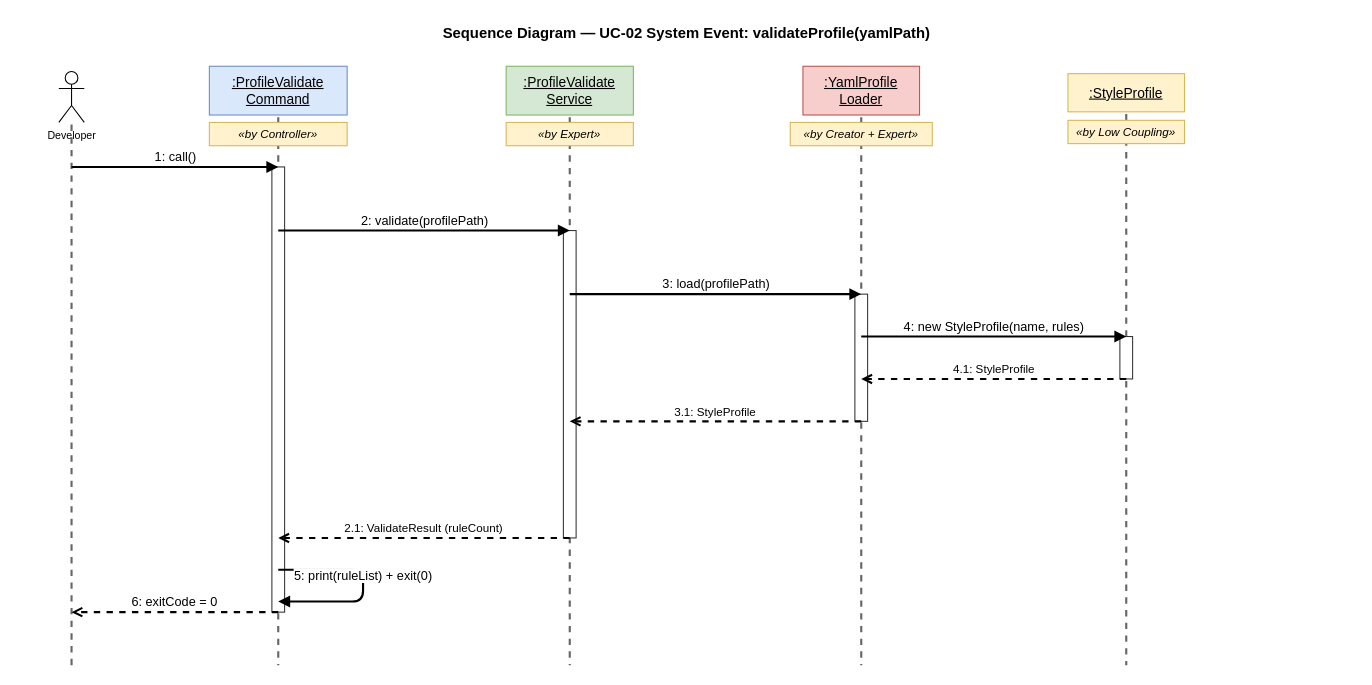
chun-wei0413/arch-checker keeps this draw.io diagram as hw/hw7/diagrams/uc02_sd_validate.drawio. Above is the earlier version. Source tidied: cells renumbered, new cells numbered last; positions are measured from the earlier drawing's top-left corner, leaving out a move shared by most shapes. Both pictures are drawn from the tidied source at 106%, with x=0, y=0 at pixel (18, 18).
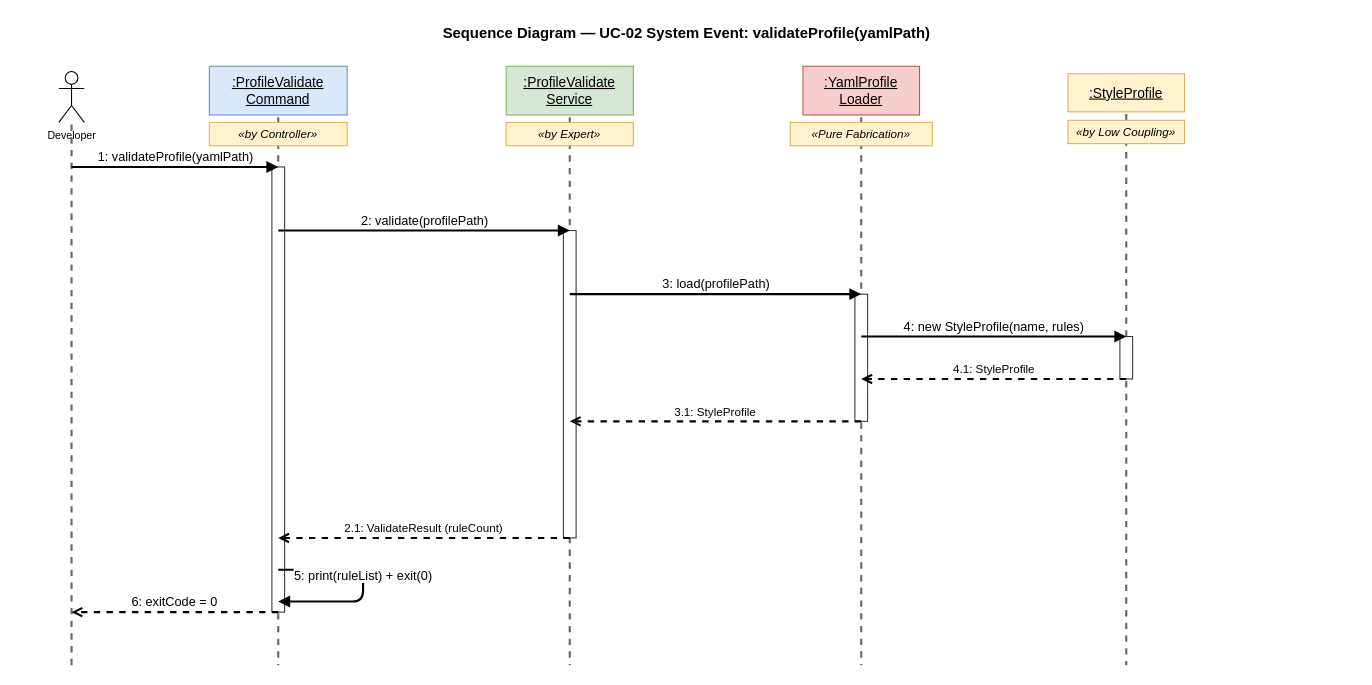
The same page after the edit.

Commit message (it also covers changes not shown here):
[Documentation] Fix UC-02 SD diagrams and GRASP tables in hw7

Change to the diagram source:
```diff
@@
-    <mxCell id="15" value="«by Creator + Expert»" style="rounded=0;whiteSpace=wrap;html=1;fillColor=#fff2cc;strokeColor=#d6b656;fontSize=11;align=center;verticalAlign=middle;fontStyle=2;" parent="1" vertex="1">
+    <mxCell id="15" value="«Pure Fabrication»" style="rounded=0;whiteSpace=wrap;html=1;fillColor=#fff2cc;strokeColor=#d6b656;fontSize=11;align=center;verticalAlign=middle;fontStyle=2;" parent="1" vertex="1">
       <mxGeometry x="728" y="98" width="134" height="22" as="geometry" />
     </mxCell>
@@
-    <mxCell id="21" value="1: call()" style="endArrow=block;html=1;fontSize=12;strokeWidth=2;labelBackgroundColor=#ffffff;endFill=1;verticalLabelPosition=top;verticalAlign=bottom;" parent="1" edge="1">
+    <mxCell id="21" value="1: validateProfile(yamlPath)" style="endArrow=block;html=1;fontSize=12;strokeWidth=2;labelBackgroundColor=#ffffff;endFill=1;verticalLabelPosition=top;verticalAlign=bottom;" parent="1" edge="1">
       <mxGeometry relative="1" as="geometry">
         <mxPoint x="50" y="140" as="sourcePoint" />
         <mxPoint x="245" y="140" as="targetPoint" />
       </mxGeometry>
     </mxCell>
```
